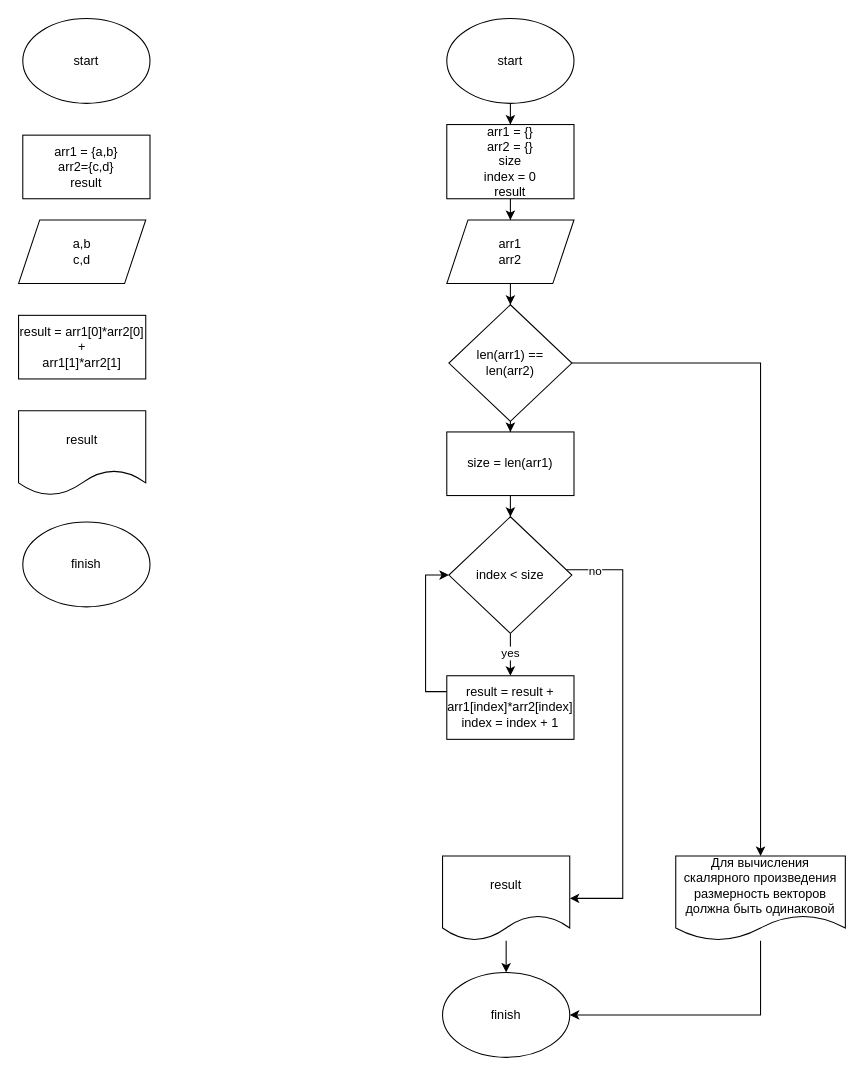
m00700728/Learning2 keeps this draw.io diagram as Skalyar.drawio. Above is the earlier version. Source tidied: cells renumbered, new cells numbered last; positions are measured from the earlier drawing's top-left corner, leaving out a move shared by most shapes. Both pictures are drawn from the tidied source at 106%, with x=0, y=0 at pixel (18, 18).
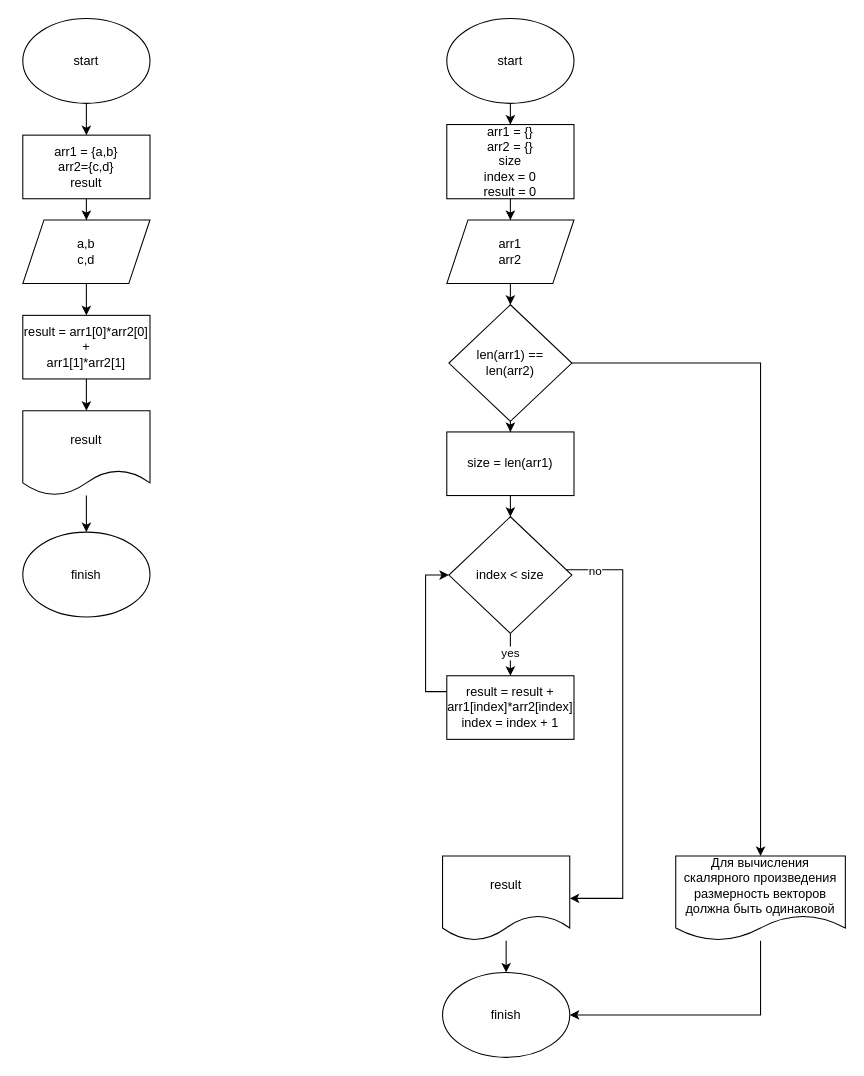
The same diagram, later.

Unchanged cells that the change refers to:
```xml
<mxCell id="2" value="start" style="ellipse;whiteSpace=wrap;html=1;" parent="1" vertex="1">
  <mxGeometry x="4" width="120" height="80" as="geometry" />
</mxCell>
<mxCell id="4" value="arr1 = {a,b}&lt;br&gt;arr2={c,d}&lt;br&gt;result" style="rounded=0;whiteSpace=wrap;html=1;" parent="1" vertex="1">
  <mxGeometry x="4" y="110" width="120" height="60" as="geometry" />
</mxCell>
```

Change to the diagram source:
```diff
@@
+    <mxCell id="31" style="edgeStyle=orthogonalEdgeStyle;rounded=0;jettySize=auto;html=1;entryX=0.5;entryY=0;entryDx=0;entryDy=0;" parent="1" edge="1" source="2" target="4">
+      <mxGeometry relative="1" as="geometry" />
+    </mxCell>
@@
     <mxCell id="3" value="finish" style="ellipse;whiteSpace=wrap;html=1;" parent="1" vertex="1">
-      <mxGeometry x="4" y="475" width="120" height="80" as="geometry" />
+      <mxGeometry x="4" y="484.5" width="120" height="80" as="geometry" />
     </mxCell>
+    <mxCell id="32" style="edgeStyle=orthogonalEdgeStyle;rounded=0;jettySize=auto;html=1;entryX=0.5;entryY=0;entryDx=0;entryDy=0;" parent="1" edge="1" source="4" target="5">
+      <mxGeometry relative="1" as="geometry" />
+    </mxCell>
@@
+    <mxCell id="33" style="edgeStyle=orthogonalEdgeStyle;rounded=0;jettySize=auto;html=1;entryX=0.5;entryY=0;entryDx=0;entryDy=0;" parent="1" edge="1" source="5" target="6">
+      <mxGeometry relative="1" as="geometry" />
+    </mxCell>
     <mxCell id="5" value="a,b&lt;br&gt;c,d" style="shape=parallelogram;perimeter=parallelogramPerimeter;whiteSpace=wrap;html=1;fixedSize=1;" parent="1" vertex="1">
-      <mxGeometry y="190" width="120" height="60" as="geometry" />
+      <mxGeometry x="4" y="190" width="120" height="60" as="geometry" />
     </mxCell>
+    <mxCell id="34" style="edgeStyle=orthogonalEdgeStyle;rounded=0;jettySize=auto;html=1;entryX=0.5;entryY=0;entryDx=0;entryDy=0;" parent="1" edge="1" source="6" target="7">
+      <mxGeometry relative="1" as="geometry" />
+    </mxCell>
     <mxCell id="6" value="result = arr1[0]*arr2[0] +&lt;br&gt;arr1[1]*arr2[1]" style="rounded=0;whiteSpace=wrap;html=1;" parent="1" vertex="1">
-      <mxGeometry y="280" width="120" height="60" as="geometry" />
+      <mxGeometry x="4" y="280" width="120" height="60" as="geometry" />
     </mxCell>
+    <mxCell id="35" style="edgeStyle=orthogonalEdgeStyle;rounded=0;jettySize=auto;html=1;entryX=0.5;entryY=0;entryDx=0;entryDy=0;" parent="1" edge="1" source="7" target="3">
+      <mxGeometry relative="1" as="geometry" />
+    </mxCell>
     <mxCell id="7" value="result" style="shape=document;whiteSpace=wrap;html=1;boundedLbl=1;" parent="1" vertex="1">
-      <mxGeometry y="370" width="120" height="80" as="geometry" />
+      <mxGeometry x="4" y="370" width="120" height="80" as="geometry" />
     </mxCell>
@@
-    <mxCell id="12" value="arr1 = {}&lt;br&gt;arr2 = {}&lt;br&gt;size&lt;br&gt;index = 0&lt;br&gt;result" style="rounded=0;whiteSpace=wrap;html=1;" parent="1" vertex="1">
+    <mxCell id="12" value="arr1 = {}&lt;br&gt;arr2 = {}&lt;br&gt;size&lt;br&gt;index = 0&lt;br&gt;result = 0" style="rounded=0;whiteSpace=wrap;html=1;" parent="1" vertex="1">
       <mxGeometry x="404" y="100" width="120" height="70" as="geometry" />
     </mxCell>
```
